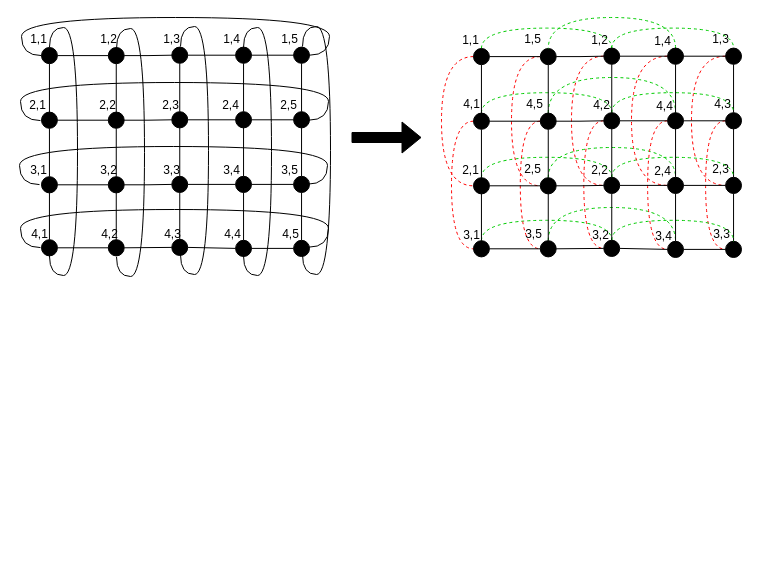
Above: img/Distributed Network.drawio in Coder-Colder/MyPics (draw.io), before the change. Source tidied: cells renumbered, new cells numbered last; positions are measured from the earlier drawing's top-left corner, leaving out a move shared by most shapes. Both pictures are drawn from the tidied source at 100%, with x=0, y=0 at pixel (17, 17).
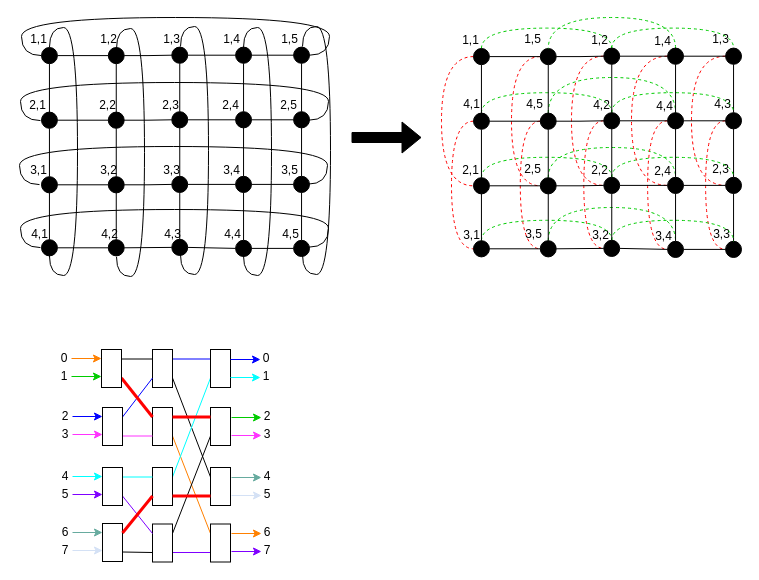
The same page after the edit.

Change to the diagram source:
```diff
@@
+    <mxCell id="177" style="edgeStyle=none;rounded=0;jettySize=auto;html=1;exitX=1;exitY=0.25;exitDx=0;exitDy=0;entryX=0;entryY=0.25;entryDx=0;entryDy=0;strokeColor=#0000FF;endArrow=none;endFill=0;" parent="1" edge="1" source="179" target="187">
+      <mxGeometry relative="1" as="geometry" />
+    </mxCell>
+    <mxCell id="178" style="edgeStyle=none;rounded=0;jettySize=auto;html=1;exitX=1;exitY=0.75;exitDx=0;exitDy=0;entryX=0;entryY=0.25;entryDx=0;entryDy=0;endArrow=none;endFill=0;" parent="1" edge="1" source="179" target="189">
+      <mxGeometry relative="1" as="geometry" />
+    </mxCell>
+    <mxCell id="179" style="rounded=0;whiteSpace=wrap;html=1;" parent="1" vertex="1">
+      <mxGeometry x="135" y="332" width="20" height="38" as="geometry" />
+    </mxCell>
+    <mxCell id="180" style="edgeStyle=none;rounded=0;jettySize=auto;html=1;exitX=1;exitY=0.75;exitDx=0;exitDy=0;entryX=0;entryY=0.25;entryDx=0;entryDy=0;strokeColor=#FF8000;endArrow=none;endFill=0;" parent="1" edge="1" source="181" target="190">
+      <mxGeometry relative="1" as="geometry" />
+    </mxCell>
+    <mxCell id="181" style="rounded=0;whiteSpace=wrap;html=1;" parent="1" vertex="1">
+      <mxGeometry x="135" y="390" width="20" height="38" as="geometry" />
+    </mxCell>
+    <mxCell id="182" style="edgeStyle=none;rounded=0;jettySize=auto;html=1;exitX=1;exitY=0.25;exitDx=0;exitDy=0;entryX=0;entryY=0.75;entryDx=0;entryDy=0;strokeColor=#00FFFF;endArrow=none;endFill=0;" parent="1" edge="1" source="183" target="187">
+      <mxGeometry relative="1" as="geometry" />
+    </mxCell>
+    <mxCell id="183" style="rounded=0;whiteSpace=wrap;html=1;" parent="1" vertex="1">
+      <mxGeometry x="135" y="450" width="20" height="38" as="geometry" />
+    </mxCell>
+    <mxCell id="184" style="edgeStyle=none;rounded=0;jettySize=auto;html=1;exitX=1;exitY=0.75;exitDx=0;exitDy=0;entryX=0;entryY=0.75;entryDx=0;entryDy=0;strokeColor=#7F00FF;endArrow=none;endFill=0;" parent="1" edge="1" source="186" target="190">
+      <mxGeometry relative="1" as="geometry" />
+    </mxCell>
+    <mxCell id="185" style="edgeStyle=none;rounded=0;jettySize=auto;html=1;exitX=1;exitY=0.25;exitDx=0;exitDy=0;entryX=0;entryY=0.75;entryDx=0;entryDy=0;endArrow=none;endFill=0;" parent="1" edge="1" source="186" target="188">
+      <mxGeometry relative="1" as="geometry" />
+    </mxCell>
+    <mxCell id="186" style="rounded=0;whiteSpace=wrap;html=1;" parent="1" vertex="1">
+      <mxGeometry x="135" y="506.5" width="20" height="38" as="geometry" />
+    </mxCell>
+    <mxCell id="187" style="rounded=0;whiteSpace=wrap;html=1;" parent="1" vertex="1">
+      <mxGeometry x="193" y="332" width="20" height="38" as="geometry" />
+    </mxCell>
+    <mxCell id="188" style="rounded=0;whiteSpace=wrap;html=1;" parent="1" vertex="1">
+      <mxGeometry x="193" y="390" width="20" height="38" as="geometry" />
+    </mxCell>
+    <mxCell id="189" style="rounded=0;whiteSpace=wrap;html=1;" parent="1" vertex="1">
+      <mxGeometry x="193" y="450" width="20" height="38" as="geometry" />
+    </mxCell>
+    <mxCell id="190" style="rounded=0;whiteSpace=wrap;html=1;" parent="1" vertex="1">
+      <mxGeometry x="193" y="506.5" width="20" height="38" as="geometry" />
+    </mxCell>
+    <mxCell id="191" style="edgeStyle=none;rounded=0;jettySize=auto;html=1;exitX=1;exitY=0.25;exitDx=0;exitDy=0;entryX=0;entryY=0.75;entryDx=0;entryDy=0;strokeColor=#0000FF;endArrow=none;endFill=0;" parent="1" edge="1" source="193" target="179">
+      <mxGeometry relative="1" as="geometry" />
+    </mxCell>
+    <mxCell id="192" style="edgeStyle=none;rounded=0;jettySize=auto;html=1;exitX=1;exitY=0.75;exitDx=0;exitDy=0;entryX=0;entryY=0.75;entryDx=0;entryDy=0;strokeColor=#FF33FF;endArrow=none;endFill=0;" parent="1" edge="1" source="193" target="181">
+      <mxGeometry relative="1" as="geometry" />
+    </mxCell>
+    <mxCell id="193" style="rounded=0;whiteSpace=wrap;html=1;" parent="1" vertex="1">
+      <mxGeometry x="85" y="390" width="20" height="38" as="geometry" />
+    </mxCell>
+    <mxCell id="194" style="edgeStyle=orthogonalEdgeStyle;rounded=0;jettySize=auto;html=1;exitX=1;exitY=0.5;exitDx=0;exitDy=0;entryX=0;entryY=0.25;entryDx=0;entryDy=0;strokeColor=#0000FF;" parent="1" edge="1" source="195" target="193">
+      <mxGeometry relative="1" as="geometry" />
+    </mxCell>
+    <mxCell id="195" value="2" style="text;html=1;strokeColor=none;fillColor=none;align=center;verticalAlign=middle;whiteSpace=wrap;rounded=0;" parent="1" vertex="1">
+      <mxGeometry x="41" y="390" width="14" height="18" as="geometry" />
+    </mxCell>
+    <mxCell id="196" style="edgeStyle=none;rounded=0;jettySize=auto;html=1;exitX=1;exitY=0.25;exitDx=0;exitDy=0;entryX=0;entryY=0.25;entryDx=0;entryDy=0;strokeColor=#00FFFF;endArrow=none;endFill=0;" parent="1" edge="1" source="198" target="183">
+      <mxGeometry relative="1" as="geometry" />
+    </mxCell>
+    <mxCell id="197" style="edgeStyle=none;rounded=0;jettySize=auto;html=1;exitX=1;exitY=0.75;exitDx=0;exitDy=0;entryX=0;entryY=0.25;entryDx=0;entryDy=0;strokeColor=#7F00FF;endArrow=none;endFill=0;" parent="1" edge="1" source="198" target="186">
+      <mxGeometry relative="1" as="geometry" />
+    </mxCell>
+    <mxCell id="198" style="rounded=0;whiteSpace=wrap;html=1;" parent="1" vertex="1">
+      <mxGeometry x="85" y="450" width="20" height="38" as="geometry" />
+    </mxCell>
+    <mxCell id="199" style="edgeStyle=orthogonalEdgeStyle;rounded=0;jettySize=auto;html=1;exitX=1;exitY=0.5;exitDx=0;exitDy=0;entryX=0;entryY=0.25;entryDx=0;entryDy=0;strokeColor=#00FFFF;" parent="1" edge="1" source="200" target="198">
+      <mxGeometry relative="1" as="geometry" />
+    </mxCell>
+    <mxCell id="200" value="4" style="text;html=1;strokeColor=none;fillColor=none;align=center;verticalAlign=middle;whiteSpace=wrap;rounded=0;" parent="1" vertex="1">
+      <mxGeometry x="41" y="450" width="14" height="18" as="geometry" />
+    </mxCell>
+    <mxCell id="201" style="edgeStyle=none;rounded=0;jettySize=auto;html=1;exitX=1;exitY=0.75;exitDx=0;exitDy=0;entryX=0;entryY=0.75;entryDx=0;entryDy=0;endArrow=none;endFill=0;" parent="1" edge="1" source="202" target="186">
+      <mxGeometry relative="1" as="geometry" />
+    </mxCell>
+    <mxCell id="202" style="rounded=0;whiteSpace=wrap;html=1;" parent="1" vertex="1">
+      <mxGeometry x="85" y="506" width="20" height="38" as="geometry" />
+    </mxCell>
+    <mxCell id="203" style="edgeStyle=orthogonalEdgeStyle;rounded=0;jettySize=auto;html=1;exitX=1;exitY=0.5;exitDx=0;exitDy=0;entryX=0;entryY=0.25;entryDx=0;entryDy=0;strokeColor=#67AB9F;" parent="1" edge="1" source="204" target="202">
+      <mxGeometry relative="1" as="geometry" />
+    </mxCell>
+    <mxCell id="204" value="6" style="text;html=1;strokeColor=none;fillColor=none;align=center;verticalAlign=middle;whiteSpace=wrap;rounded=0;" parent="1" vertex="1">
+      <mxGeometry x="41" y="506" width="14" height="18" as="geometry" />
+    </mxCell>
+    <mxCell id="205" style="edgeStyle=orthogonalEdgeStyle;rounded=0;jettySize=auto;html=1;exitX=1;exitY=0.25;exitDx=0;exitDy=0;entryX=0;entryY=0.25;entryDx=0;entryDy=0;endArrow=none;endFill=0;" parent="1" edge="1" source="222" target="179">
+      <mxGeometry relative="1" as="geometry" />
+    </mxCell>
+    <mxCell id="206" style="rounded=0;jettySize=auto;html=1;exitX=1;exitY=0.75;exitDx=0;exitDy=0;entryX=0;entryY=0.25;entryDx=0;entryDy=0;strokeColor=#FF0000;strokeWidth=3;endArrow=none;endFill=0;" parent="1" edge="1" source="222" target="181">
+      <mxGeometry relative="1" as="geometry" />
+    </mxCell>
+    <mxCell id="207" style="edgeStyle=orthogonalEdgeStyle;rounded=0;orthogonalLoop=1;jettySize=auto;html=1;exitX=1;exitY=0.5;exitDx=0;exitDy=0;entryX=0;entryY=0.25;entryDx=0;entryDy=0;strokeColor=#0000FF;" parent="1" edge="1">
+      <mxGeometry relative="1" as="geometry">
+        <mxPoint x="213" y="342" as="sourcePoint" />
+        <mxPoint x="243" y="342.5" as="targetPoint" />
+      </mxGeometry>
+    </mxCell>
+    <mxCell id="208" style="edgeStyle=orthogonalEdgeStyle;rounded=0;orthogonalLoop=1;jettySize=auto;html=1;exitX=1;exitY=0.5;exitDx=0;exitDy=0;entryX=0;entryY=0.25;entryDx=0;entryDy=0;strokeColor=#00FFFF;" parent="1" edge="1">
+      <mxGeometry relative="1" as="geometry">
+        <mxPoint x="213" y="360" as="sourcePoint" />
+        <mxPoint x="243" y="360.5" as="targetPoint" />
+      </mxGeometry>
+    </mxCell>
+    <mxCell id="209" style="edgeStyle=orthogonalEdgeStyle;rounded=0;orthogonalLoop=1;jettySize=auto;html=1;exitX=1;exitY=0.5;exitDx=0;exitDy=0;entryX=0;entryY=0.25;entryDx=0;entryDy=0;strokeColor=#00CC00;" parent="1" edge="1">
+      <mxGeometry relative="1" as="geometry">
+        <mxPoint x="214" y="400" as="sourcePoint" />
+        <mxPoint x="244" y="400.5" as="targetPoint" />
+      </mxGeometry>
+    </mxCell>
+    <mxCell id="210" style="group;" parent="1" vertex="1">
+      <mxGeometry x="252" y="411" width="44" height="18" as="geometry" />
+    </mxCell>
+    <mxCell id="211" style="edgeStyle=orthogonalEdgeStyle;rounded=0;orthogonalLoop=1;jettySize=auto;html=1;exitX=1;exitY=0.5;exitDx=0;exitDy=0;entryX=0;entryY=0.25;entryDx=0;entryDy=0;strokeColor=#FF33FF;" parent="210" edge="1">
+      <mxGeometry relative="1" as="geometry">
+        <mxPoint x="-38" y="7" as="sourcePoint" />
+        <mxPoint x="-8" y="7.5" as="targetPoint" />
+      </mxGeometry>
+    </mxCell>
+    <mxCell id="212" style="edgeStyle=orthogonalEdgeStyle;rounded=0;orthogonalLoop=1;jettySize=auto;html=1;exitX=1;exitY=0.5;exitDx=0;exitDy=0;entryX=0;entryY=0.25;entryDx=0;entryDy=0;strokeColor=#67AB9F;" parent="1" edge="1">
+      <mxGeometry relative="1" as="geometry">
+        <mxPoint x="214" y="460" as="sourcePoint" />
+        <mxPoint x="244" y="460.5" as="targetPoint" />
+      </mxGeometry>
+    </mxCell>
+    <mxCell id="213" style="edgeStyle=orthogonalEdgeStyle;rounded=0;orthogonalLoop=1;jettySize=auto;html=1;exitX=1;exitY=0.5;exitDx=0;exitDy=0;entryX=0;entryY=0.25;entryDx=0;entryDy=0;strokeColor=#FF8000;" parent="1" edge="1">
+      <mxGeometry relative="1" as="geometry">
+        <mxPoint x="214" y="516" as="sourcePoint" />
+        <mxPoint x="244" y="516.5" as="targetPoint" />
+      </mxGeometry>
+    </mxCell>
+    <mxCell id="214" value="0" style="text;html=1;strokeColor=none;fillColor=none;align=center;verticalAlign=middle;whiteSpace=wrap;rounded=0;" parent="1" vertex="1">
+      <mxGeometry x="242" y="332" width="14" height="18" as="geometry" />
+    </mxCell>
+    <mxCell id="215" value="1" style="text;html=1;strokeColor=none;fillColor=none;align=center;verticalAlign=middle;whiteSpace=wrap;rounded=0;" parent="1" vertex="1">
+      <mxGeometry x="242" y="350" width="14" height="18" as="geometry" />
+    </mxCell>
+    <mxCell id="216" value="2" style="text;html=1;strokeColor=none;fillColor=none;align=center;verticalAlign=middle;whiteSpace=wrap;rounded=0;" parent="1" vertex="1">
+      <mxGeometry x="243" y="390" width="14" height="18" as="geometry" />
+    </mxCell>
+    <mxCell id="217" value="3" style="text;html=1;strokeColor=none;fillColor=none;align=center;verticalAlign=middle;whiteSpace=wrap;rounded=0;" parent="1" vertex="1">
+      <mxGeometry x="243" y="408" width="14" height="18" as="geometry" />
+    </mxCell>
+    <mxCell id="218" value="4" style="text;html=1;strokeColor=none;fillColor=none;align=center;verticalAlign=middle;whiteSpace=wrap;rounded=0;" parent="1" vertex="1">
+      <mxGeometry x="243" y="450" width="14" height="18" as="geometry" />
+    </mxCell>
+    <mxCell id="219" value="5" style="text;html=1;strokeColor=none;fillColor=none;align=center;verticalAlign=middle;whiteSpace=wrap;rounded=0;" parent="1" vertex="1">
+      <mxGeometry x="243" y="468" width="14" height="18" as="geometry" />
+    </mxCell>
+    <mxCell id="220" value="6" style="text;html=1;strokeColor=none;fillColor=none;align=center;verticalAlign=middle;whiteSpace=wrap;rounded=0;" parent="1" vertex="1">
+      <mxGeometry x="243" y="506" width="14" height="18" as="geometry" />
+    </mxCell>
+    <mxCell id="221" value="7" style="text;html=1;strokeColor=none;fillColor=none;align=center;verticalAlign=middle;whiteSpace=wrap;rounded=0;" parent="1" vertex="1">
+      <mxGeometry x="243" y="524" width="14" height="18" as="geometry" />
+    </mxCell>
+    <mxCell id="222" style="rounded=0;whiteSpace=wrap;html=1;" parent="1" vertex="1">
+      <mxGeometry x="84" y="332" width="20" height="38" as="geometry" />
+    </mxCell>
+    <mxCell id="223" style="edgeStyle=orthogonalEdgeStyle;rounded=0;jettySize=auto;html=1;exitX=1;exitY=0.5;exitDx=0;exitDy=0;entryX=0;entryY=0.25;entryDx=0;entryDy=0;strokeColor=#FF8000;" parent="1" edge="1" source="224" target="222">
+      <mxGeometry relative="1" as="geometry" />
+    </mxCell>
+    <mxCell id="224" value="0" style="text;html=1;strokeColor=none;fillColor=none;align=center;verticalAlign=middle;whiteSpace=wrap;rounded=0;" parent="1" vertex="1">
+      <mxGeometry x="40" y="332" width="14" height="18" as="geometry" />
+    </mxCell>
+    <mxCell id="225" style="group;" parent="1" vertex="1">
+      <mxGeometry x="40" y="350" width="44" height="18" as="geometry" />
+    </mxCell>
+    <mxCell id="226" style="edgeStyle=orthogonalEdgeStyle;rounded=0;jettySize=auto;html=1;exitX=1;exitY=0.5;exitDx=0;exitDy=0;entryX=0;entryY=0.25;entryDx=0;entryDy=0;strokeColor=#00CC00;" parent="225" edge="1" source="227">
+      <mxGeometry relative="1" as="geometry">
+        <mxPoint x="44" y="9.5" as="targetPoint" />
+      </mxGeometry>
+    </mxCell>
+    <mxCell id="227" value="1" style="text;html=1;strokeColor=none;fillColor=none;align=center;verticalAlign=middle;whiteSpace=wrap;rounded=0;" parent="225" vertex="1">
+      <mxGeometry width="14" height="18" as="geometry" />
+    </mxCell>
+    <mxCell id="228" style="edgeStyle=orthogonalEdgeStyle;rounded=0;jettySize=auto;html=1;exitX=1;exitY=0.5;exitDx=0;exitDy=0;entryX=0;entryY=0.25;entryDx=0;entryDy=0;strokeColor=#FF33FF;" parent="1" edge="1" source="229">
+      <mxGeometry relative="1" as="geometry">
+        <mxPoint x="85" y="417.5" as="targetPoint" />
+      </mxGeometry>
+    </mxCell>
+    <mxCell id="229" value="3" style="text;html=1;strokeColor=none;fillColor=none;align=center;verticalAlign=middle;whiteSpace=wrap;rounded=0;" parent="1" vertex="1">
+      <mxGeometry x="41" y="408" width="14" height="18" as="geometry" />
+    </mxCell>
+    <mxCell id="230" style="edgeStyle=none;rounded=0;jettySize=auto;html=1;exitX=1;exitY=0.25;exitDx=0;exitDy=0;entryX=0;entryY=0.25;entryDx=0;entryDy=0;strokeColor=#FF0000;strokeWidth=3;endArrow=none;endFill=0;" parent="1" edge="1" source="181" target="188">
+      <mxGeometry relative="1" as="geometry" />
+    </mxCell>
+    <mxCell id="231" style="edgeStyle=orthogonalEdgeStyle;rounded=0;jettySize=auto;html=1;exitX=1;exitY=0.5;exitDx=0;exitDy=0;entryX=0;entryY=0.25;entryDx=0;entryDy=0;strokeColor=#7F00FF;" parent="1" edge="1" source="232">
+      <mxGeometry relative="1" as="geometry">
+        <mxPoint x="85" y="477.5" as="targetPoint" />
+      </mxGeometry>
+    </mxCell>
+    <mxCell id="232" value="5" style="text;html=1;strokeColor=none;fillColor=none;align=center;verticalAlign=middle;whiteSpace=wrap;rounded=0;" parent="1" vertex="1">
+      <mxGeometry x="41" y="468" width="14" height="18" as="geometry" />
+    </mxCell>
+    <mxCell id="233" style="edgeStyle=orthogonalEdgeStyle;rounded=0;orthogonalLoop=1;jettySize=auto;html=1;exitX=1;exitY=0.5;exitDx=0;exitDy=0;entryX=0;entryY=0.25;entryDx=0;entryDy=0;strokeColor=#7F00FF;" parent="1" edge="1">
+      <mxGeometry relative="1" as="geometry">
+        <mxPoint x="214" y="534" as="sourcePoint" />
+        <mxPoint x="244" y="534.5" as="targetPoint" />
+      </mxGeometry>
+    </mxCell>
+    <mxCell id="234" style="edgeStyle=orthogonalEdgeStyle;rounded=0;jettySize=auto;html=1;exitX=1;exitY=0.5;exitDx=0;exitDy=0;entryX=0;entryY=0.25;entryDx=0;entryDy=0;strokeColor=#D4E1F5;" parent="1" edge="1" source="235">
+      <mxGeometry relative="1" as="geometry">
+        <mxPoint x="85" y="533.5" as="targetPoint" />
+      </mxGeometry>
+    </mxCell>
+    <mxCell id="235" value="7" style="text;html=1;strokeColor=none;fillColor=none;align=center;verticalAlign=middle;whiteSpace=wrap;rounded=0;" parent="1" vertex="1">
+      <mxGeometry x="41" y="524" width="14" height="18" as="geometry" />
+    </mxCell>
+    <mxCell id="236" style="edgeStyle=orthogonalEdgeStyle;rounded=0;orthogonalLoop=1;jettySize=auto;html=1;exitX=1;exitY=0.5;exitDx=0;exitDy=0;entryX=0;entryY=0.25;entryDx=0;entryDy=0;strokeColor=#D4E1F5;" parent="1" edge="1">
+      <mxGeometry relative="1" as="geometry">
+        <mxPoint x="214" y="478" as="sourcePoint" />
+        <mxPoint x="244" y="478.5" as="targetPoint" />
+      </mxGeometry>
+    </mxCell>
+    <mxCell id="237" style="edgeStyle=none;rounded=0;jettySize=auto;html=1;exitX=1;exitY=0.25;exitDx=0;exitDy=0;entryX=0;entryY=0.75;entryDx=0;entryDy=0;strokeColor=#FF0000;strokeWidth=3;endArrow=none;endFill=0;" parent="1" edge="1" source="202" target="183">
+      <mxGeometry relative="1" as="geometry" />
+    </mxCell>
+    <mxCell id="238" style="edgeStyle=none;rounded=0;jettySize=auto;html=1;exitX=1;exitY=0.75;exitDx=0;exitDy=0;entryX=0;entryY=0.75;entryDx=0;entryDy=0;strokeColor=#FF0000;strokeWidth=3;endArrow=none;endFill=0;" parent="1" edge="1" source="183" target="189">
+      <mxGeometry relative="1" as="geometry" />
+    </mxCell>
```
